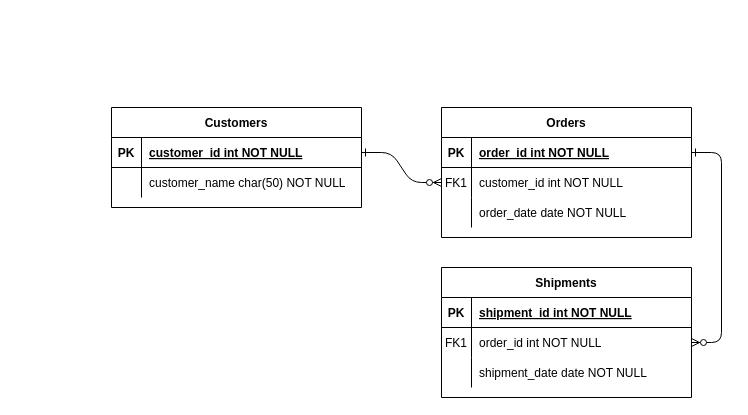
Before: hidden_danger.drawio in cnx-yunshen/xmlFile, a draw.io diagram. Source tidied: cells renumbered, new cells numbered last; positions are measured from the earlier drawing's top-left corner, leaving out a move shared by most shapes. Both pictures are drawn from the tidied source at 100%, with x=0, y=0 at pixel (111, 107).
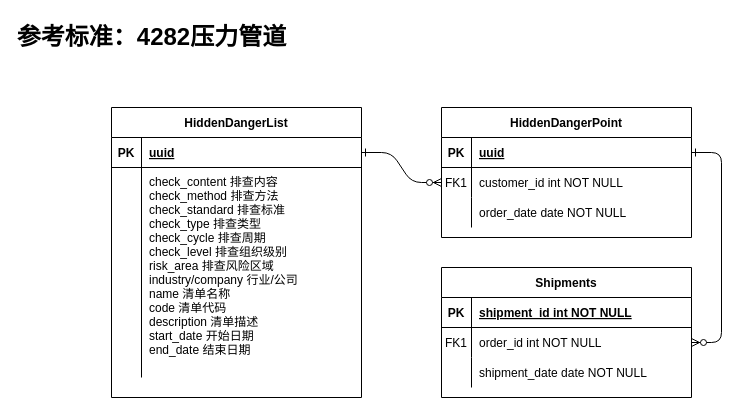
The same diagram, later.

The change refers to these unchanged cells:
```xml
<mxCell id="5" style="shape=partialRectangle;fillColor=none;points=[[0,0.5],[1,0.5]];portConstraint=eastwest;top=0;left=0;right=0;bottom=1;" parent="4" vertex="1">
  <mxGeometry y="30" width="250" height="30" as="geometry" />
</mxCell>
<mxCell id="25" style="shape=partialRectangle;fillColor=none;points=[[0,0.5],[1,0.5]];portConstraint=eastwest;top=0;left=0;right=0;bottom=1;" parent="24" vertex="1">
  <mxGeometry y="30" width="250" height="30" as="geometry" />
</mxCell>
```

Change to the diagram source:
```diff
@@
-    <mxCell id="4" value="Orders" style="shape=table;startSize=30;childLayout=tableLayout;rowLines=0;fontStyle=1;align=center;" parent="1" vertex="1">
+    <mxCell id="4" value="HiddenDangerPoint" style="shape=table;startSize=30;childLayout=tableLayout;rowLines=0;fontStyle=1;align=center;" parent="1" vertex="1">
       <mxGeometry x="330" width="250" height="130" as="geometry" />
     </mxCell>
@@
-    <mxCell id="7" value="order_id int NOT NULL " style="shape=partialRectangle;overflow=hidden;fillColor=none;top=0;left=0;bottom=0;right=0;align=left;spacingLeft=6;fontStyle=5;" parent="5" vertex="1">
+    <mxCell id="7" value="uuid" style="shape=partialRectangle;overflow=hidden;fillColor=none;top=0;left=0;bottom=0;right=0;align=left;spacingLeft=6;fontStyle=5;" parent="5" vertex="1">
       <mxGeometry x="30" width="220" height="30" as="geometry" />
     </mxCell>
@@
-    <mxCell id="24" value="Customers" style="shape=table;startSize=30;childLayout=tableLayout;rowLines=0;fontStyle=1;align=center;" parent="1" vertex="1">
-      <mxGeometry width="250" height="100" as="geometry" />
+    <mxCell id="24" value="HiddenDangerList" style="shape=table;startSize=30;childLayout=tableLayout;rowLines=0;fontStyle=1;align=center;" parent="1" vertex="1">
+      <mxGeometry width="250" height="290" as="geometry" />
     </mxCell>
@@
-    <mxCell id="27" value="customer_id int NOT NULL " style="shape=partialRectangle;overflow=hidden;fillColor=none;top=0;left=0;bottom=0;right=0;align=left;spacingLeft=6;fontStyle=5;" parent="25" vertex="1">
+    <mxCell id="27" value="uuid" style="shape=partialRectangle;overflow=hidden;fillColor=none;top=0;left=0;bottom=0;right=0;align=left;spacingLeft=6;fontStyle=5;" parent="25" vertex="1">
       <mxGeometry x="30" width="220" height="30" as="geometry" />
     </mxCell>
     <mxCell id="28" style="shape=partialRectangle;fillColor=none;top=0;left=0;right=0;bottom=0;" parent="24" vertex="1">
-      <mxGeometry y="60" width="250" height="30" as="geometry" />
+      <mxGeometry y="60" width="250" height="210" as="geometry" />
     </mxCell>
     <mxCell id="29" style="shape=partialRectangle;overflow=hidden;fillColor=none;top=0;left=0;bottom=0;right=0;" parent="28" vertex="1">
-      <mxGeometry width="30" height="30" as="geometry" />
+      <mxGeometry width="30" height="210" as="geometry" />
     </mxCell>
-    <mxCell id="30" value="customer_name char(50) NOT NULL" style="shape=partialRectangle;overflow=hidden;fillColor=none;top=0;left=0;bottom=0;right=0;align=left;spacingLeft=6;" parent="28" vertex="1">
-      <mxGeometry x="30" width="220" height="30" as="geometry" />
+    <mxCell id="30" value="check_content 排查内容&#10;check_method 排查方法&#10;check_standard 排查标准&#10;check_type 排查类型&#10;check_cycle 排查周期&#10;check_level 排查组织级别&#10;risk_area 排查风险区域&#10;industry/company 行业/公司&#10;name 清单名称&#10;code 清单代码&#10;description 清单描述&#10;start_date 开始日期&#10;end_date 结束日期&#10;" style="shape=partialRectangle;overflow=hidden;fillColor=none;top=0;left=0;bottom=0;right=0;align=left;spacingLeft=6;" parent="28" vertex="1">
+      <mxGeometry x="30" width="220" height="210" as="geometry" />
     </mxCell>
+    <mxCell id="31" value="参考标准：4282压力管道" style="text;strokeColor=none;fillColor=none;html=1;fontSize=24;fontStyle=1;verticalAlign=middle;align=center;" parent="1" vertex="1">
+      <mxGeometry x="-10" y="-90" width="100" height="40" as="geometry" />
+    </mxCell>
```
